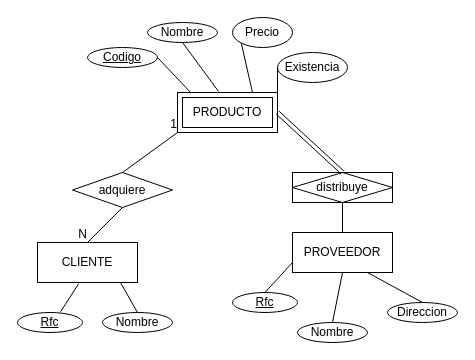
Before: Untitled Diagram.drawio in IsraMejia/DiagramasEntidadRelacion, a draw.io diagram. Source tidied: cells renumbered, new cells numbered last; positions are measured from the earlier drawing's top-left corner, leaving out a move shared by most shapes. Both pictures are drawn from the tidied source at 100%, with x=0, y=0 at pixel (17, 17).
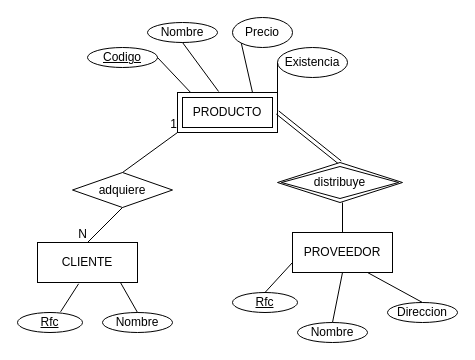
The same diagram, later.

Commit message:
Correccion de relacion

The change refers to these unchanged cells:
```xml
<mxCell id="14" value="PROVEEDOR" style="whiteSpace=wrap;html=1;align=center;" parent="1" vertex="1">
  <mxGeometry x="275" y="215" width="100" height="40" as="geometry" />
</mxCell>
```

What changed in the source:
```diff
@@
     <mxCell id="5" value="Existencia" style="ellipse;whiteSpace=wrap;html=1;align=center;" parent="1" vertex="1">
-      <mxGeometry x="260" y="35" width="70" height="30" as="geometry" />
+      <mxGeometry x="260" y="30" width="70" height="30" as="geometry" />
     </mxCell>
@@
-    <mxCell id="11" value="distribuye" style="shape=associativeEntity;whiteSpace=wrap;html=1;align=center;" parent="1" vertex="1">
-      <mxGeometry x="275" y="155" width="100" height="30" as="geometry" />
-    </mxCell>
@@
-    <mxCell id="13" style="endArrow=none;html=1;rounded=0;exitX=0.5;exitY=1;exitDx=0;exitDy=0;entryX=0.5;entryY=0;entryDx=0;entryDy=0;" parent="1" edge="1" source="11" target="14">
-      <mxGeometry relative="1" as="geometry" />
+    <mxCell id="13" style="endArrow=none;html=1;rounded=0;exitX=0.5;exitY=1;exitDx=0;exitDy=0;entryX=0.5;entryY=0;entryDx=0;entryDy=0;" parent="1" edge="1" target="14">
+      <mxGeometry relative="1" as="geometry">
+        <mxPoint x="325" y="185" as="sourcePoint" />
+      </mxGeometry>
     </mxCell>
@@
+    <mxCell id="11" value="distribuye" style="shape=rhombus;double=1;perimeter=rhombusPerimeter;whiteSpace=wrap;html=1;align=center;" parent="1" vertex="1">
+      <mxGeometry x="260" y="145" width="125" height="40" as="geometry" />
+    </mxCell>
```
